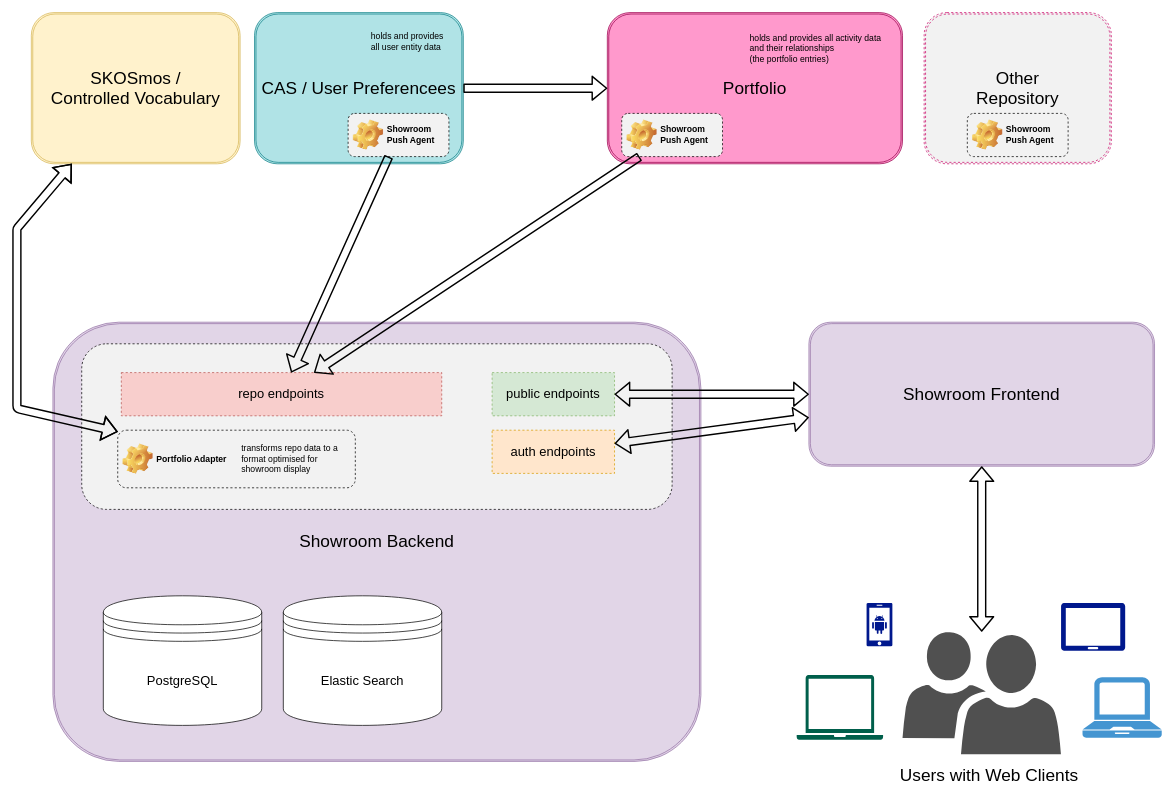
Before: docs/showroom-backend-architecture.drawio in base-angewandte/showroom-backend, a draw.io diagram. Source tidied: cells renumbered, new cells numbered last; positions are measured from the earlier drawing's top-left corner, leaving out a move shared by most shapes. Both pictures are drawn from the tidied source at 72%, with x=0, y=0 at pixel (17, 12).
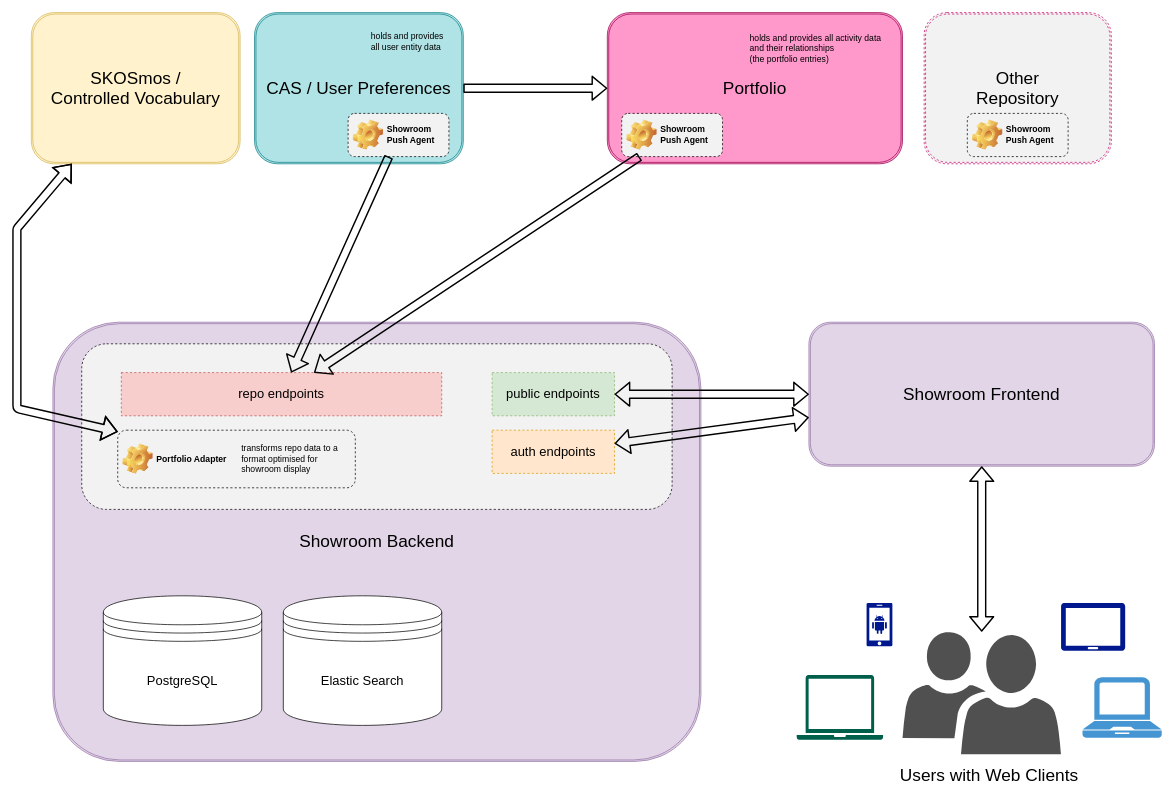
The same diagram, later.

Commit message (it also covers changes not shown here):
+ add ecosystem arch diagramme ~ fix typos in backend arch diagramme

Change to the diagram source:
```diff
@@
-    <mxCell id="6" value="&lt;font style=&quot;font-size: 24px&quot;&gt;CAS / User Preferencees&lt;/font&gt;" style="shape=ext;double=1;rounded=1;whiteSpace=wrap;html=1;fillColor=#b0e3e6;strokeColor=#0e8088;" parent="1" vertex="1">
+    <mxCell id="6" value="&lt;font style=&quot;font-size: 24px&quot;&gt;CAS / User Preferences&lt;/font&gt;" style="shape=ext;double=1;rounded=1;whiteSpace=wrap;html=1;fillColor=#b0e3e6;strokeColor=#0e8088;" parent="1" vertex="1">
       <mxGeometry x="330" width="290" height="210" as="geometry" />
     </mxCell>
```
